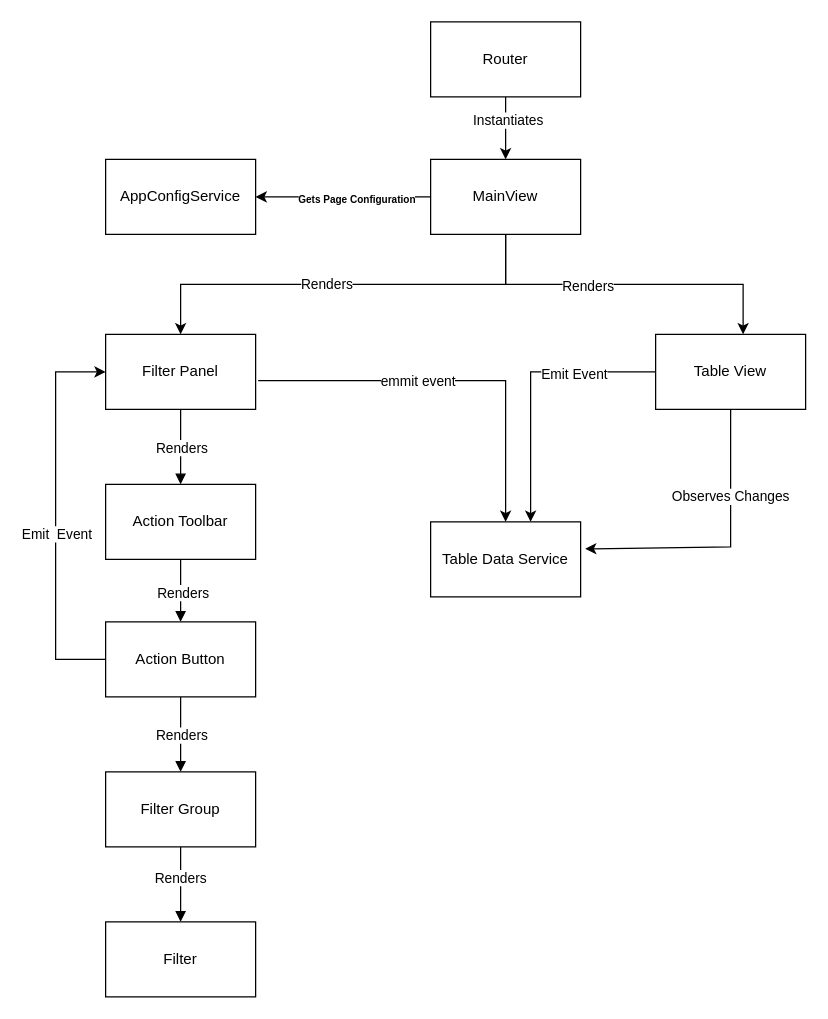
This is Untitled Diagram.drawio from bobwares/state-machine, a draw.io file, before an edit. Source tidied: cells renumbered, new cells numbered last; positions are measured from the earlier drawing's top-left corner, leaving out a move shared by most shapes. Both pictures are drawn from the tidied source at 125%, with x=0, y=0 at pixel (55, 21).
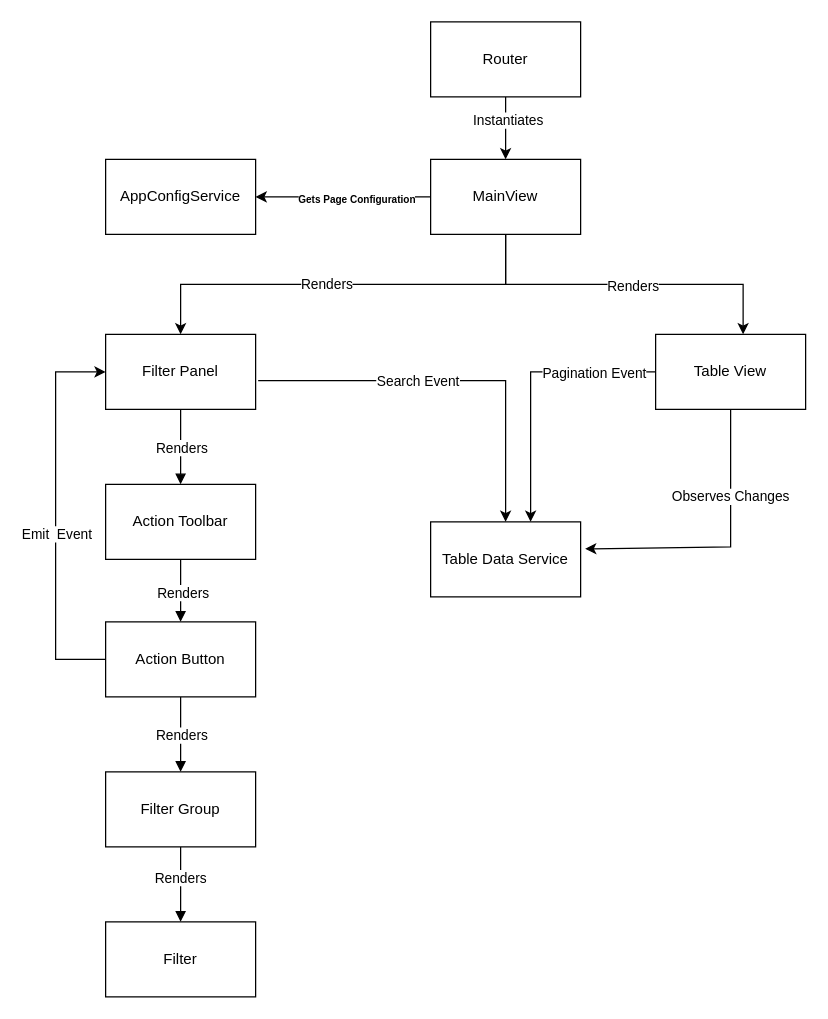
After the change.

Commit message:
Workbench Pattern - Overview.drawio

The change refers to these unchanged cells:
```xml
<mxCell id="22" style="endArrow=classic;html=1;rounded=0;exitX=1.017;exitY=0.617;exitDx=0;exitDy=0;exitPerimeter=0;" parent="1" edge="1" source="7">
  <mxGeometry relative="1" as="geometry">
    <mxPoint x="360" y="400" as="targetPoint" />
    <Array as="points">
      <mxPoint x="360" y="287" />
    </Array>
  </mxGeometry>
</mxCell>
<mxCell id="26" style="endArrow=classic;html=1;rounded=0;exitX=0.5;exitY=1;exitDx=0;exitDy=0;" parent="1" edge="1">
  <mxGeometry relative="1" as="geometry">
    <mxPoint x="360" y="170" as="sourcePoint" />
    <mxPoint x="550" y="250" as="targetPoint" />
    <Array as="points">
      <mxPoint x="360" y="210" />
      <mxPoint x="550" y="210" />
    </Array>
  </mxGeometry>
</mxCell>
<mxCell id="34" style="endArrow=classic;html=1;rounded=0;fontSize=8;exitX=0;exitY=0.5;exitDx=0;exitDy=0;" parent="1" edge="1" source="8">
  <mxGeometry relative="1" as="geometry">
    <mxPoint x="380" y="400" as="targetPoint" />
    <Array as="points">
      <mxPoint x="380" y="280" />
    </Array>
  </mxGeometry>
</mxCell>
```

Change to the diagram source:
```diff
@@
-    <mxCell id="23" value="emmit event" style="edgeLabel;html=1;align=center;verticalAlign=middle;" parent="22" vertex="1">
+    <mxCell id="23" value="Search Event" style="edgeLabel;html=1;align=center;verticalAlign=middle;" parent="22" vertex="1">
       <mxGeometry x="-0.18" relative="1" as="geometry" />
     </mxCell>
@@
     <mxCell id="27" value="Renders" style="edgeLabel;html=1;align=center;verticalAlign=middle;" parent="26" vertex="1">
-      <mxGeometry x="-0.22" y="-1" relative="1" as="geometry" />
+      <mxGeometry x="-0.22" y="-1" relative="1" as="geometry">
+        <mxPoint x="36" as="offset" />
+      </mxGeometry>
     </mxCell>
@@
-    <mxCell id="35" value="Emit Event" style="edgeLabel;html=1;align=center;verticalAlign=middle;fontSize=11;" parent="34" vertex="1">
-      <mxGeometry x="-0.4" y="1" relative="1" as="geometry" />
+    <mxCell id="35" value="Pagination Event" style="edgeLabel;html=1;align=center;verticalAlign=middle;fontSize=11;" parent="34" vertex="1">
+      <mxGeometry x="-0.4" y="1" relative="1" as="geometry">
+        <mxPoint x="16" y="-1" as="offset" />
+      </mxGeometry>
     </mxCell>
```
